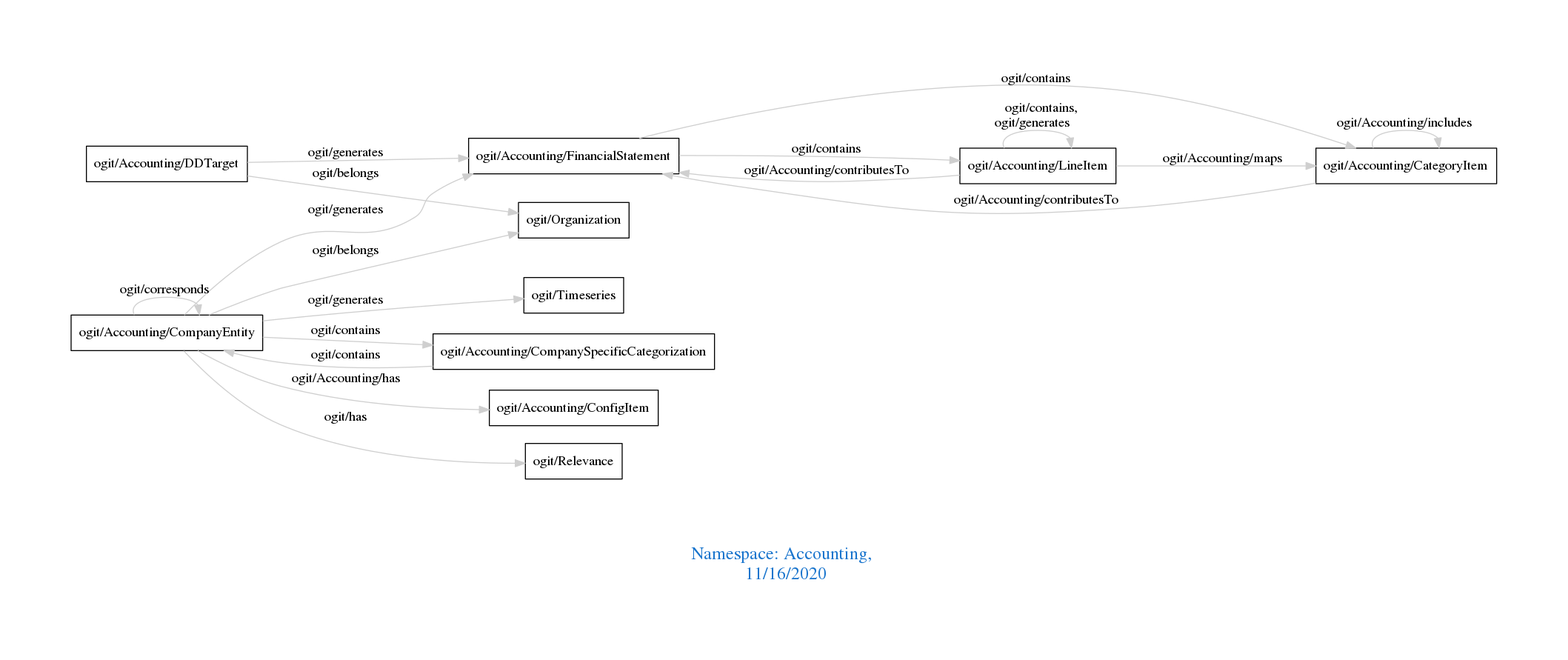
Before: downloads/Accounting.png, a diagram exported from Graphviz (arago/OGIT). Its source is kept beside it as downloads/Accounting.dot.
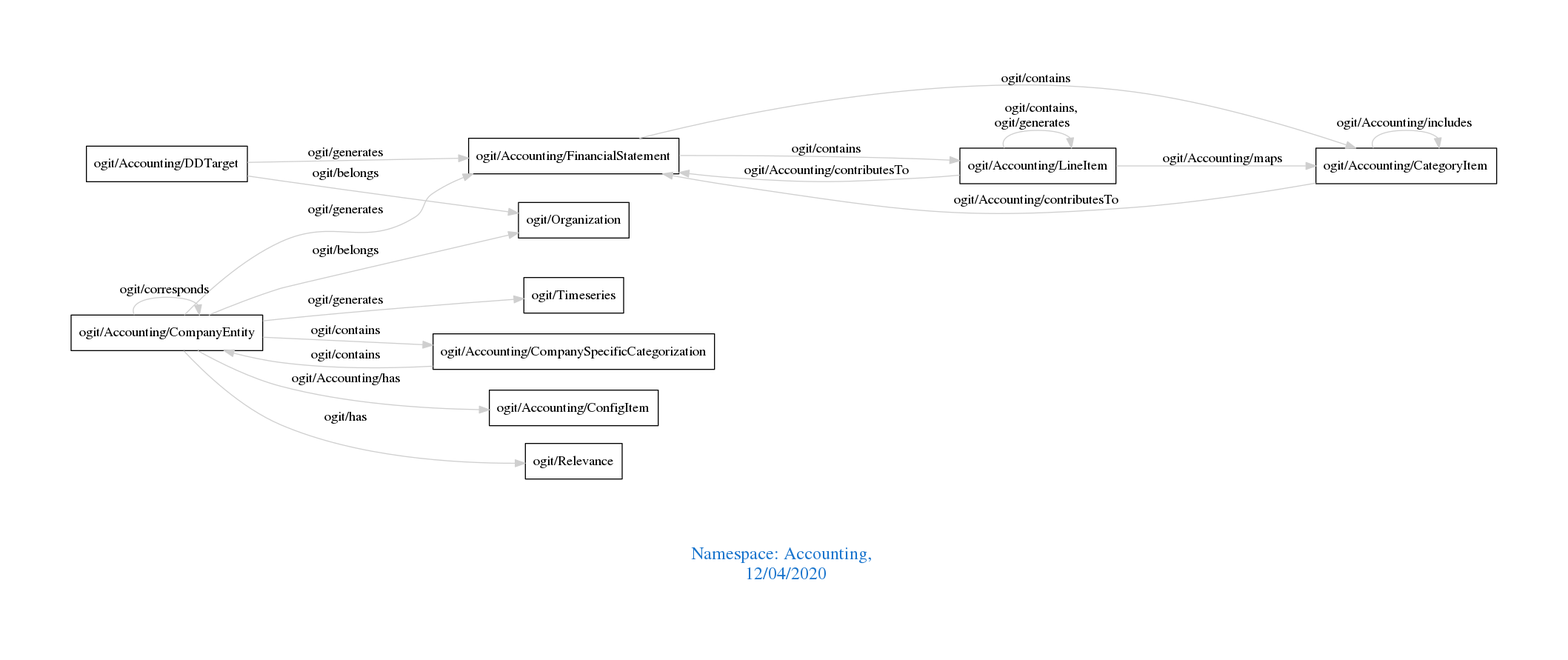
The same file after the commit.

The edit, as a diff of the source:
```diff
@@ -1,7 +1,7 @@
 digraph OGIT_ontology {
  graph [ rankdir= LR,pad=1
 fontsize = 18,
-fontcolor= dodgerblue3,label = "\n\n\nNamespace: Accounting, \n 11/16/2020"];
+fontcolor= dodgerblue3,label = "\n\n\nNamespace: Accounting, \n 12/04/2020"];
 node[shape=polygon];
 edge [  color="gray81"];
 
```
